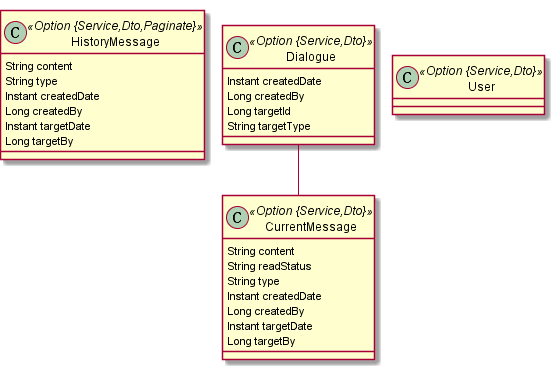
dongyanghe/eikesi keeps this PlantUML diagram as docs/jdl/im.png. Above is the earlier version. The source it was exported from:
```plantuml
@startuml
	!pragma graphviz_dot jdot
	!pragma syntax class
	class HistoryMessage <<Option {Service,Dto,Paginate}>> {
		String content
		String type
		Instant createdDate
		Long createdBy
		Instant targetDate
		Long targetBy
	}
	class CurrentMessage <<Option {Service,Dto}>> {
		String content
		String readStatus
		String type
		Instant createdDate
		Long createdBy
		Instant targetDate
		Long targetBy
	}
	class Dialogue <<Option {Service,Dto}>> {
		Instant createdDate
		Long createdBy
		Long targetId
		String targetType
	}
	Dialogue  "currentMessage(createdDate) 0..1 " --o "dialogue(targetId) 0..* "  CurrentMessage
	class User <<Option {Service,Dto}>> {
	}
@enduml
```
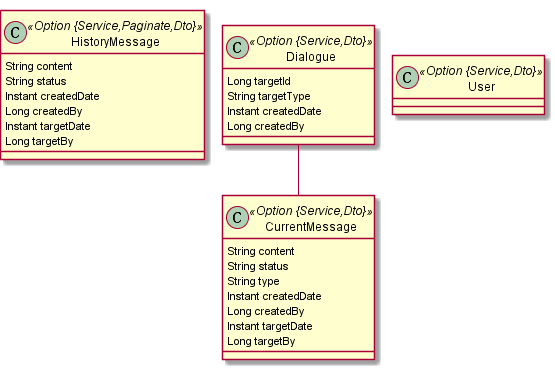
The same diagram one commit later.

Diff of the diagram source:
```diff
@@ -1,9 +1,9 @@
 @startuml
 	!pragma graphviz_dot jdot
 	!pragma syntax class
-	class HistoryMessage <<Option {Service,Dto,Paginate}>> {
+	class HistoryMessage <<Option {Service,Paginate,Dto}>> {
 		String content
-		String type
+		String status
 		Instant createdDate
 		Long createdBy
 		Instant targetDate
@@ -11,7 +11,7 @@
 	}
 	class CurrentMessage <<Option {Service,Dto}>> {
 		String content
-		String readStatus
+		String status
 		String type
 		Instant createdDate
 		Long createdBy
@@ -19,10 +19,10 @@
 		Long targetBy
 	}
 	class Dialogue <<Option {Service,Dto}>> {
+		Long targetId
+		String targetType
 		Instant createdDate
 		Long createdBy
-		Long targetId
-		String targetType
 	}
 	Dialogue  "currentMessage(createdDate) 0..1 " --o "dialogue(targetId) 0..* "  CurrentMessage
 	class User <<Option {Service,Dto}>> {
```
